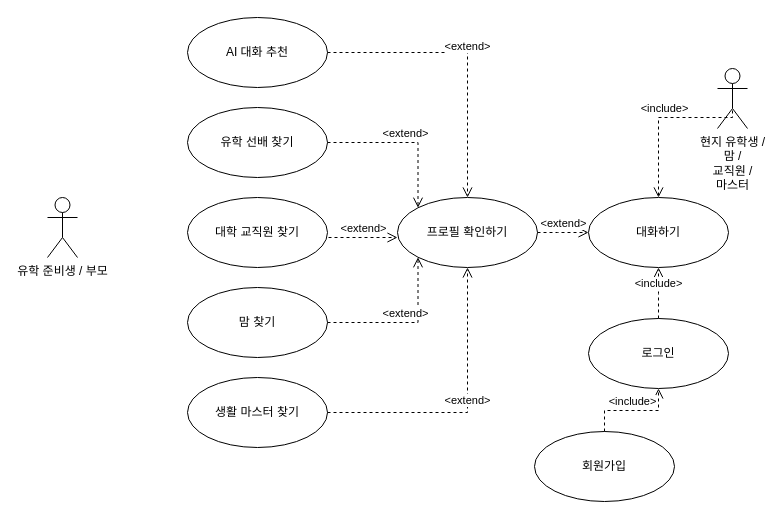
to9passion/preprocessingARGO keeps this draw.io diagram as userCaseDiagram.drawio. Above is the earlier version. Source tidied: cells renumbered, new cells numbered last; positions are measured from the earlier drawing's top-left corner, leaving out a move shared by most shapes. Both pictures are drawn from the tidied source at 100%, with x=0, y=0 at pixel (47, 17).
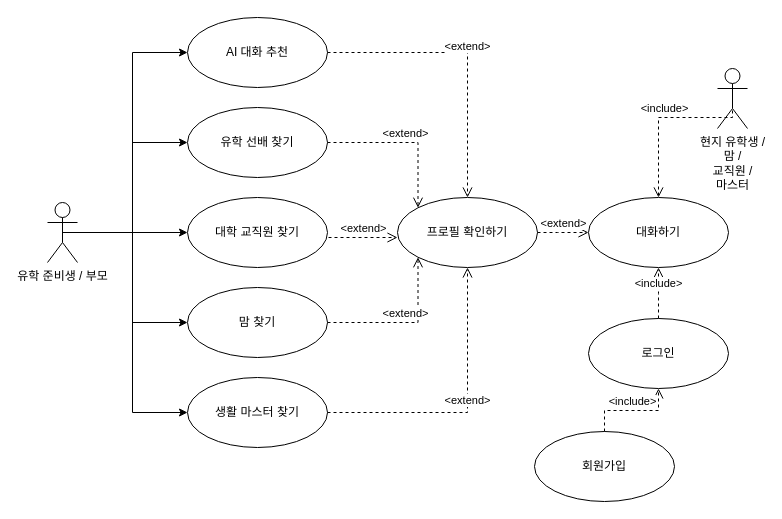
Above is the later version.

Unchanged cells that the change refers to:
```xml
<mxCell id="3" value="대학 교직원 찾기" style="ellipse;whiteSpace=wrap;html=1;" parent="1" vertex="1">
  <mxGeometry x="140" y="180" width="140" height="70" as="geometry" />
</mxCell>
<mxCell id="4" value="AI 대화 추천" style="ellipse;whiteSpace=wrap;html=1;" parent="1" vertex="1">
  <mxGeometry x="140" width="140" height="70" as="geometry" />
</mxCell>
<mxCell id="5" value="유학 선배 찾기" style="ellipse;whiteSpace=wrap;html=1;" parent="1" vertex="1">
  <mxGeometry x="140" y="90" width="140" height="70" as="geometry" />
</mxCell>
<mxCell id="6" value="맘 찾기" style="ellipse;whiteSpace=wrap;html=1;" parent="1" vertex="1">
  <mxGeometry x="140" y="270" width="140" height="70" as="geometry" />
</mxCell>
<mxCell id="7" value="생활 마스터 찾기" style="ellipse;whiteSpace=wrap;html=1;" parent="1" vertex="1">
  <mxGeometry x="140" y="360" width="140" height="70" as="geometry" />
</mxCell>
```

Change to the diagram source:
```diff
@@
+    <mxCell id="22" style="edgeStyle=orthogonalEdgeStyle;rounded=0;jettySize=auto;html=1;exitX=0.5;exitY=0.5;exitDx=0;exitDy=0;exitPerimeter=0;entryX=0;entryY=0.5;entryDx=0;entryDy=0;" parent="1" edge="1" source="2" target="4">
+      <mxGeometry relative="1" as="geometry" />
+    </mxCell>
+    <mxCell id="23" style="edgeStyle=orthogonalEdgeStyle;rounded=0;jettySize=auto;html=1;exitX=0.5;exitY=0.5;exitDx=0;exitDy=0;exitPerimeter=0;entryX=0;entryY=0.5;entryDx=0;entryDy=0;" parent="1" edge="1" source="2" target="5">
+      <mxGeometry relative="1" as="geometry" />
+    </mxCell>
+    <mxCell id="24" style="edgeStyle=orthogonalEdgeStyle;rounded=0;jettySize=auto;html=1;exitX=0.5;exitY=0.5;exitDx=0;exitDy=0;exitPerimeter=0;" parent="1" edge="1" source="2" target="3">
+      <mxGeometry relative="1" as="geometry" />
+    </mxCell>
+    <mxCell id="25" style="edgeStyle=orthogonalEdgeStyle;rounded=0;jettySize=auto;html=1;exitX=0.5;exitY=0.5;exitDx=0;exitDy=0;exitPerimeter=0;entryX=0;entryY=0.5;entryDx=0;entryDy=0;" parent="1" edge="1" source="2" target="6">
+      <mxGeometry relative="1" as="geometry" />
+    </mxCell>
+    <mxCell id="26" style="edgeStyle=orthogonalEdgeStyle;rounded=0;jettySize=auto;html=1;exitX=0.5;exitY=0.5;exitDx=0;exitDy=0;exitPerimeter=0;entryX=0;entryY=0.5;entryDx=0;entryDy=0;" parent="1" edge="1" source="2" target="7">
+      <mxGeometry relative="1" as="geometry" />
+    </mxCell>
     <mxCell id="2" value="유학 준비생 / 부모" style="shape=umlActor;verticalLabelPosition=bottom;verticalAlign=top;html=1;" parent="1" vertex="1">
-      <mxGeometry y="180" width="30" height="60" as="geometry" />
+      <mxGeometry y="185" width="30" height="60" as="geometry" />
     </mxCell>
```
